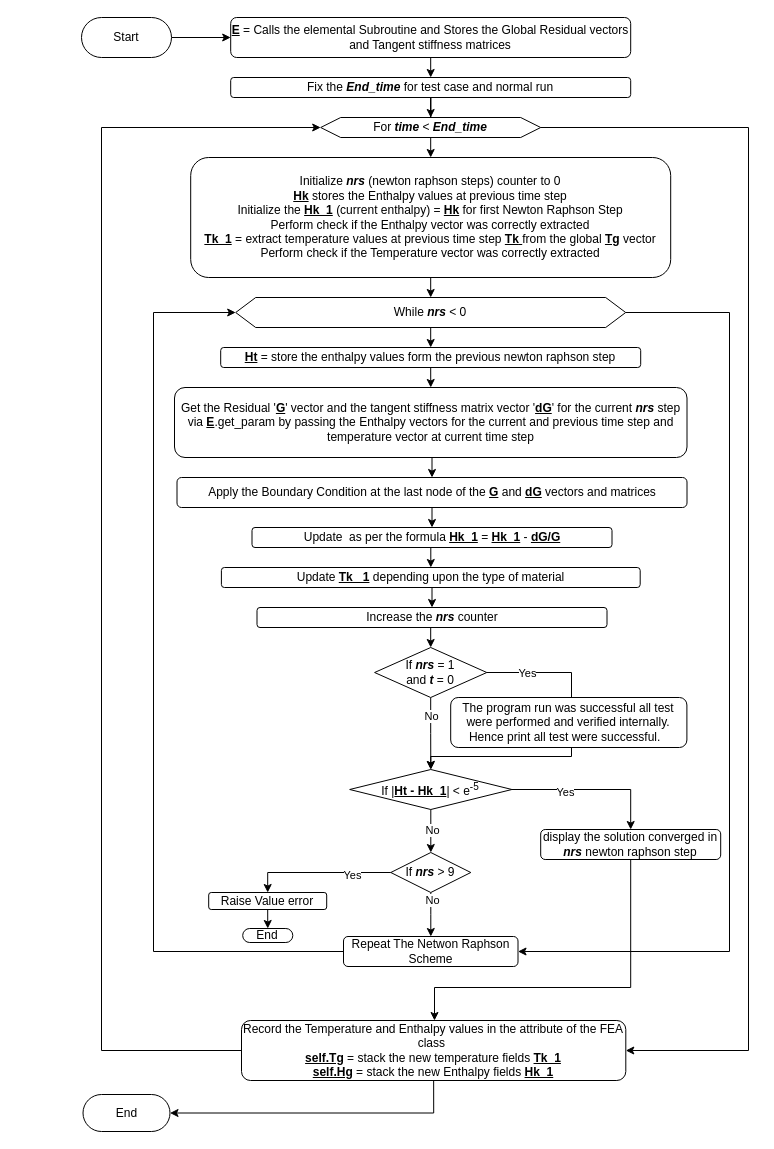
okolekar/PPP keeps this draw.io diagram as Untitled Diagram.drawio. Above is the earlier version. Source tidied: cells renumbered, new cells numbered last; positions are measured from the earlier drawing's top-left corner, leaving out a move shared by most shapes. Both pictures are drawn from the tidied source at 100%, with x=0, y=0 at pixel (81, 17).
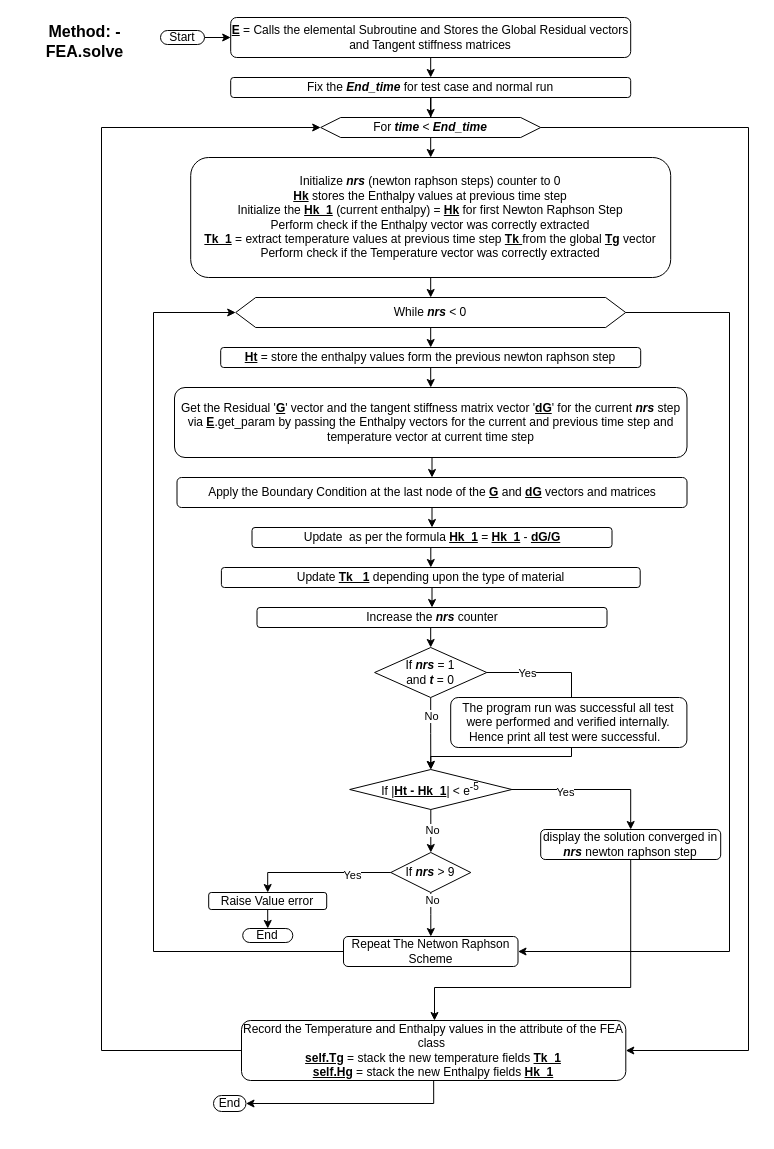
After the change.

Diff of the diagram source:
```diff
@@
     <mxCell id="3" value="Start" style="rounded=1;whiteSpace=wrap;html=1;arcSize=50;" parent="1" vertex="1">
-      <mxGeometry width="90" height="40" as="geometry" />
+      <mxGeometry x="79" y="13" width="44" height="14" as="geometry" />
     </mxCell>
     <mxCell id="4" value="End" style="rounded=1;whiteSpace=wrap;html=1;arcSize=50;" parent="1" vertex="1">
-      <mxGeometry x="1.5" y="1077" width="87" height="37" as="geometry" />
+      <mxGeometry x="132" y="1078" width="32.5" height="16" as="geometry" />
     </mxCell>
@@
+    <mxCell id="55" value="&lt;b&gt;&lt;font style=&quot;font-size: 16px;&quot;&gt;Method: - FEA.solve&lt;/font&gt;&lt;/b&gt;" style="text;html=1;strokeColor=none;fillColor=none;align=center;verticalAlign=middle;whiteSpace=wrap;rounded=0;" parent="1" vertex="1">
+      <mxGeometry x="-64" y="5" width="135" height="37" as="geometry" />
+    </mxCell>
```
